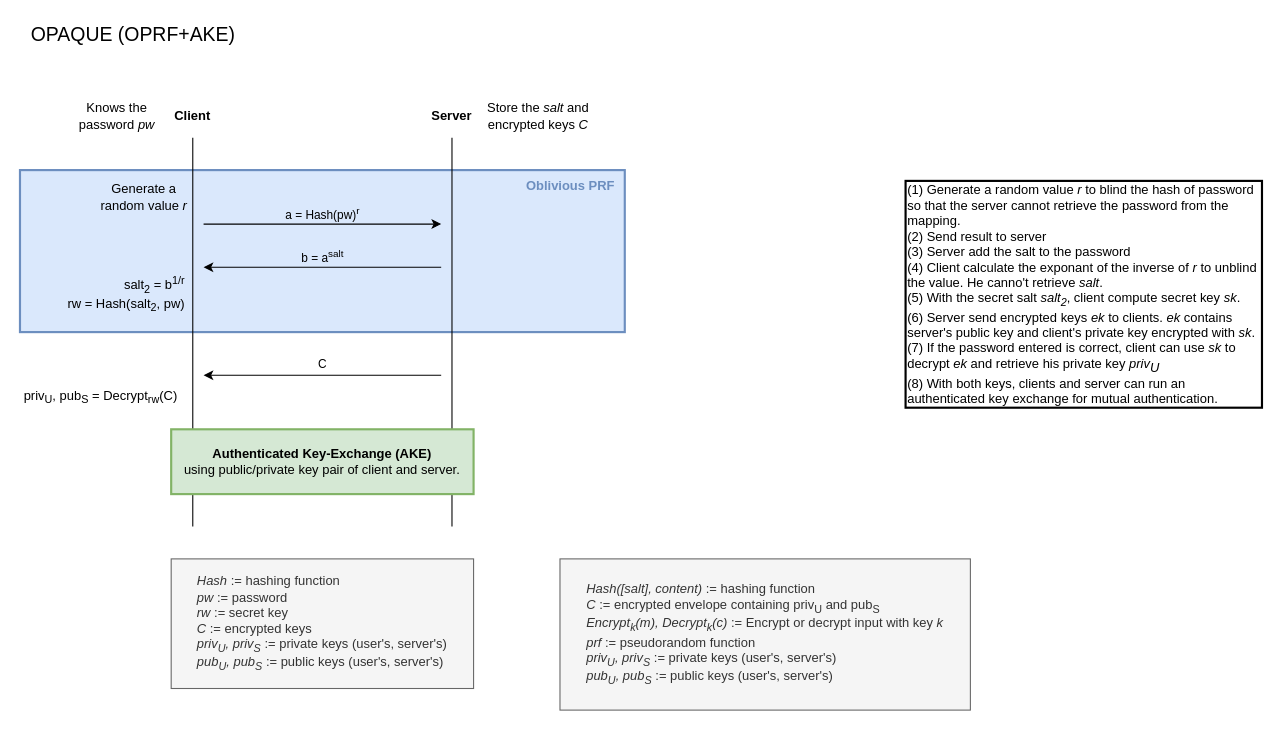
The draw.io diagram 02-state-of-the-art/OPAQUE.drawio in jul0105/Bachelor-Thesis, before the edit. Source tidied: cells renumbered, new cells numbered last; positions are measured from the earlier drawing's top-left corner, leaving out a move shared by most shapes. Both pictures are drawn from the tidied source at 108%, with x=0, y=0 at pixel (19, 18).
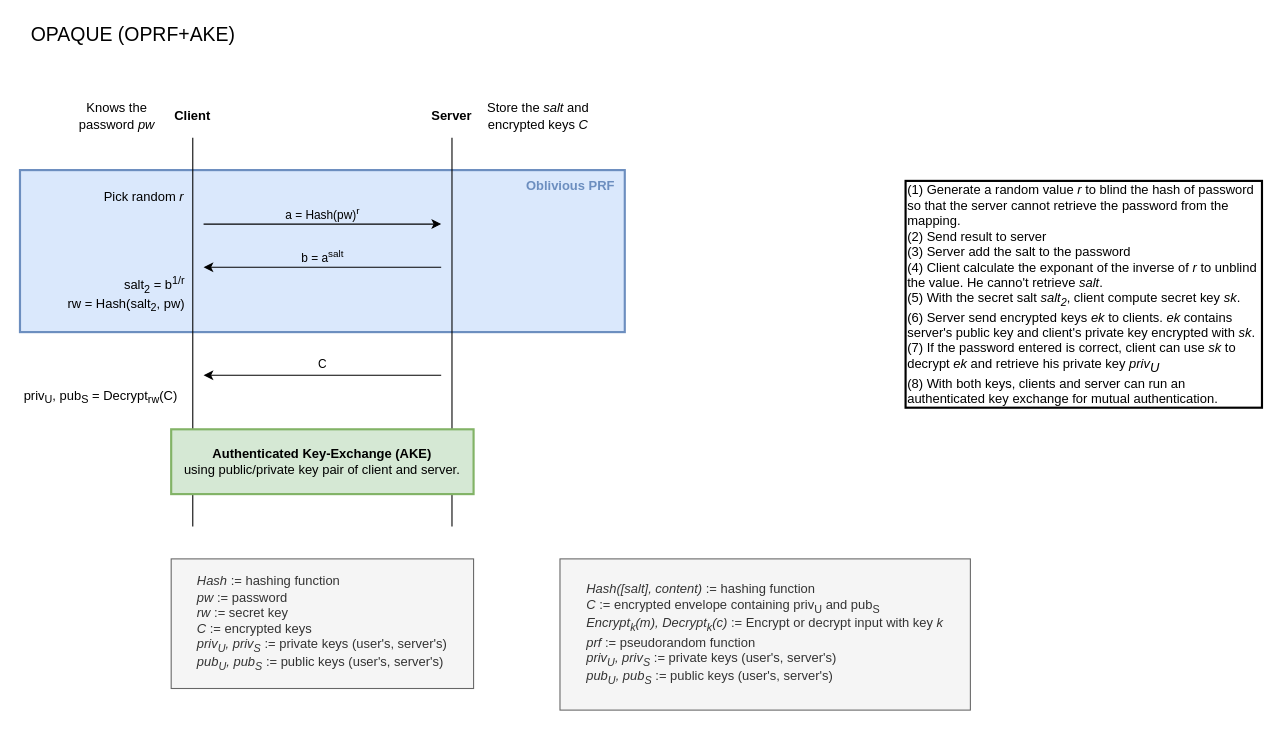
The same diagram, later.

Commit message (it also covers changes not shown here):
state of the art: fix OPAQUE schema

Diff of the diagram source:
```diff
@@
-    <mxCell id="7" value="Generate a random value &lt;i&gt;r&lt;/i&gt;" style="text;html=1;strokeColor=none;fillColor=none;align=center;verticalAlign=middle;whiteSpace=wrap;rounded=0;" parent="1" vertex="1">
+    <mxCell id="7" value="Pick random&amp;nbsp;&lt;i&gt;r&lt;/i&gt;" style="text;html=1;strokeColor=none;fillColor=none;align=center;verticalAlign=middle;whiteSpace=wrap;rounded=0;" parent="1" vertex="1">
       <mxGeometry x="70" y="150" width="90" height="30" as="geometry" />
     </mxCell>
```
